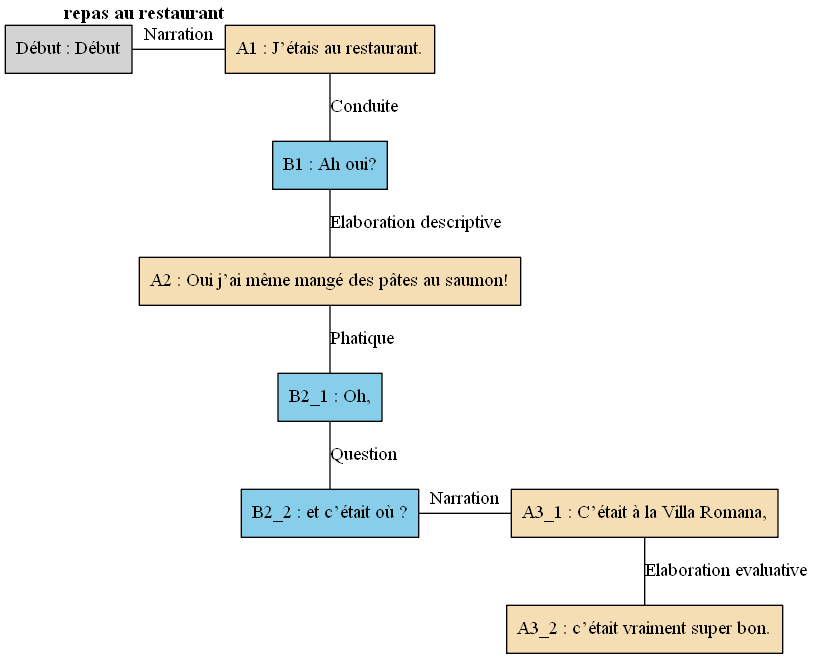
The Graphviz diagram arbres/Bac_a_sable/Bac_a_sable_-_E10.gv.png in AlaixComet/AnnotationSlamPTut, before a commit. Its source is kept beside it as arbres/Bac_a_sable/Bac_a_sable_-_E10.gv. Source of this version:
```dot
digraph E10 {
	node [shape=box style=filled]
	"Début" [label="Début : Début" xlabel=""]
	A1 [label="A1 : J’étais au restaurant." fillcolor=wheat xlabel=<<B>repas au restaurant</B>>]
	B1 [label="B1 : Ah oui?" fillcolor=skyblue xlabel=""]
	A2 [label="A2 : Oui j’ai même mangé des pâtes au saumon!" fillcolor=wheat xlabel=""]
	B2_1 [label="B2_1 : Oh," fillcolor=skyblue xlabel=""]
	B2_2 [label="B2_2 : et c’était où ?" fillcolor=skyblue xlabel=""]
	A3_1 [label="A3_1 : C’était à la Villa Romana," fillcolor=wheat xlabel=""]
	A3_2 [label="A3_2 : c’était vraiment super bon." fillcolor=wheat xlabel=""]
	{
		rank=same
		"Début"
		A1
		"Début" -> A1 [label=Narration dir=none]
	}
	A1 -> B1 [label=Conduite dir=none]
	B1 -> A2 [label="Elaboration descriptive" dir=none]
	A2 -> B2_1 [label=Phatique dir=none]
	B2_1 -> B2_2 [label=Question dir=none]
	{
		rank=same
		B2_2
		A3_1
		B2_2 -> A3_1 [label=Narration dir=none]
	}
	A3_1 -> A3_2 [label="Elaboration evaluative" dir=none]
}
```
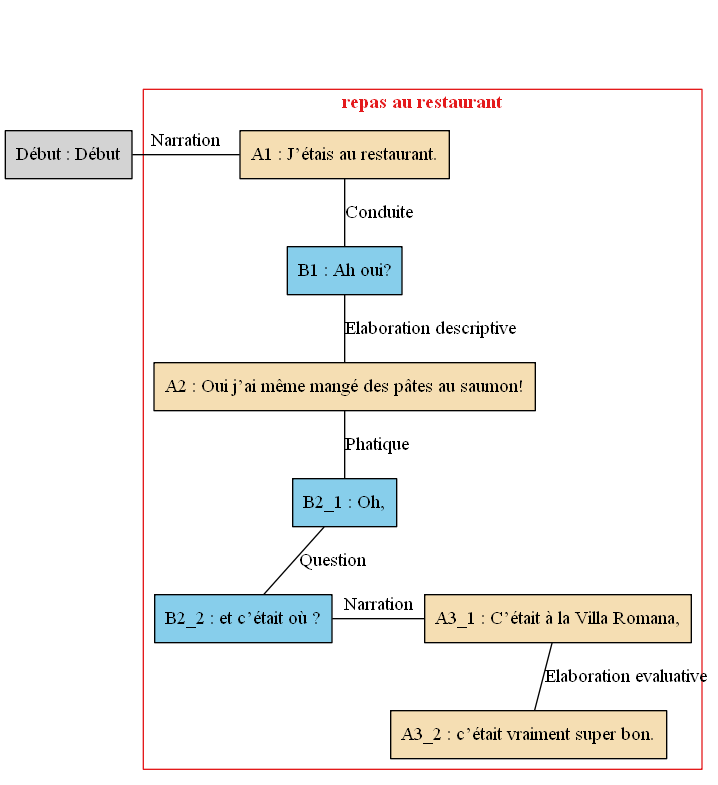
Later version of the same file.

Diff of the diagram source:
```diff
@@ -1,28 +1,36 @@
 digraph E10 {
 	node [shape=box style=filled]
-	"Début" [label="Début : Début" xlabel=""]
-	A1 [label="A1 : J’étais au restaurant." fillcolor=wheat xlabel=<<B>repas au restaurant</B>>]
-	B1 [label="B1 : Ah oui?" fillcolor=skyblue xlabel=""]
-	A2 [label="A2 : Oui j’ai même mangé des pâtes au saumon!" fillcolor=wheat xlabel=""]
-	B2_1 [label="B2_1 : Oh," fillcolor=skyblue xlabel=""]
-	B2_2 [label="B2_2 : et c’était où ?" fillcolor=skyblue xlabel=""]
-	A3_1 [label="A3_1 : C’était à la Villa Romana," fillcolor=wheat xlabel=""]
-	A3_2 [label="A3_2 : c’était vraiment super bon." fillcolor=wheat xlabel=""]
-	{
-		rank=same
-		"Début"
+	newrank=true
+	zero [style=invis]
+	"Début" [label="Début : Début"]
+	A1 [label="A1 : J’étais au restaurant." fillcolor=wheat]
+	B1 [label="B1 : Ah oui?" fillcolor=skyblue]
+	A2 [label="A2 : Oui j’ai même mangé des pâtes au saumon!" fillcolor=wheat]
+	B2_1 [label="B2_1 : Oh," fillcolor=skyblue]
+	B2_2 [label="B2_2 : et c’était où ?" fillcolor=skyblue]
+	A3_1 [label="A3_1 : C’était à la Villa Romana," fillcolor=wheat]
+	A3_2 [label="A3_2 : c’était vraiment super bon." fillcolor=wheat]
+	zero -> "Début" [label="" style=invis]
+	zero -> A1 [style=invis weight=1]
+	"Début" -> A1 [label=Narration constraint=false dir=none]
+	A1 -> B1 [label=Conduite dir=none weight=2]
+	B1 -> A2 [label="Elaboration descriptive" dir=none weight=2]
+	A2 -> B2_1 [label=Phatique dir=none weight=2]
+	B2_1 -> B2_2 [label=Question dir=none weight=2]
+	B2_1 -> A3_1 [style=invis weight=1]
+	B2_2 -> A3_1 [label=Narration constraint=false dir=none]
+	A3_1 -> A3_2 [label="Elaboration evaluative" dir=none weight=2]
+	subgraph cluster_1 {
+		label=<<B>repas au restaurant</B>>
+		colorscheme=set19
+		color=1
+		fontcolor=1
 		A1
-		"Début" -> A1 [label=Narration dir=none]
-	}
-	A1 -> B1 [label=Conduite dir=none]
-	B1 -> A2 [label="Elaboration descriptive" dir=none]
-	A2 -> B2_1 [label=Phatique dir=none]
-	B2_1 -> B2_2 [label=Question dir=none]
-	{
-		rank=same
+		B1
+		A2
+		B2_1
 		B2_2
 		A3_1
-		B2_2 -> A3_1 [label=Narration dir=none]
+		A3_2
 	}
-	A3_1 -> A3_2 [label="Elaboration evaluative" dir=none]
 }
```
